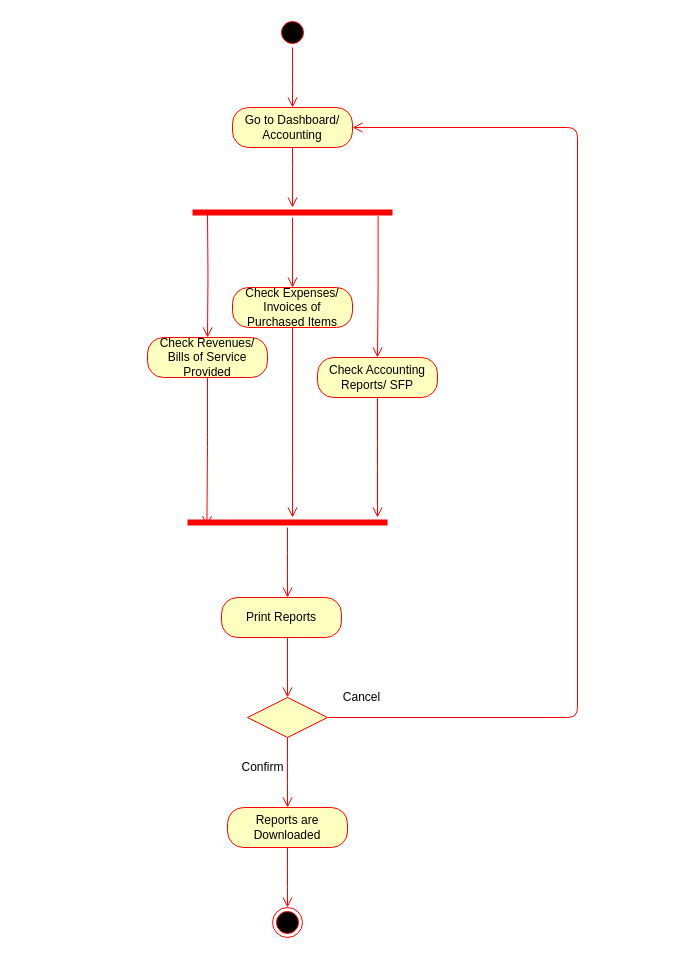
kkasharaj17/SE-project keeps this draw.io diagram as Diagrams/Activity Diagrams FINAL/AC_21-22-24-25 View Print Revenues Expenses, Accounting Reports.drawio. Above is the earlier version. Source tidied: cells renumbered, new cells numbered last; positions are measured from the earlier drawing's top-left corner, leaving out a move shared by most shapes. Both pictures are drawn from the tidied source at 100%, with x=0, y=0 at pixel (147, 17).
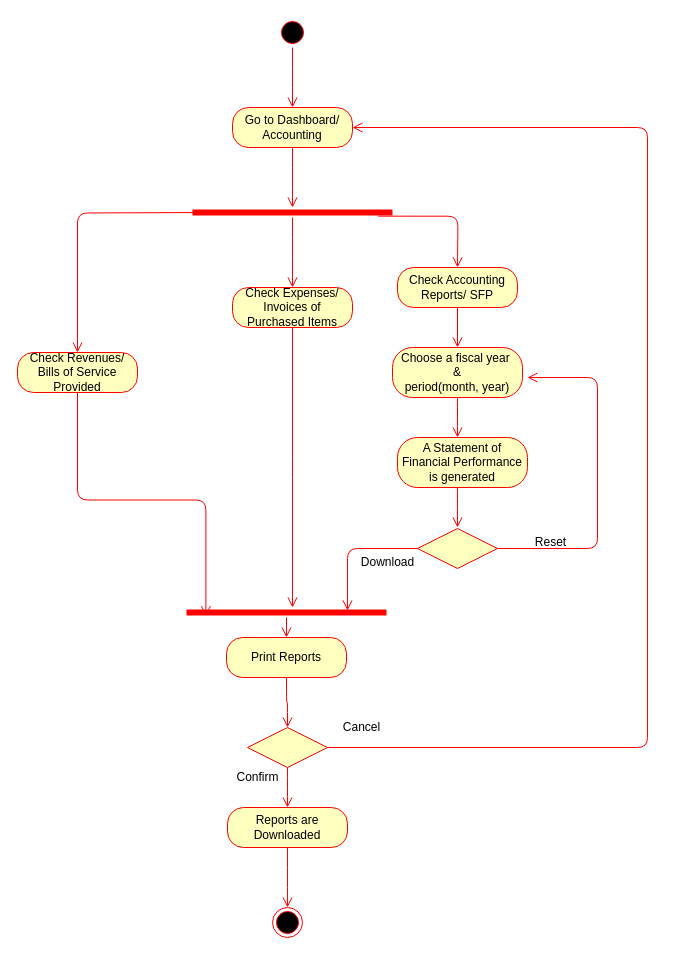
The same diagram, later.

Unchanged cells that the change refers to:
```xml
<mxCell id="4" value="Go to Dashboard/ Accounting" style="rounded=1;whiteSpace=wrap;html=1;arcSize=40;fontColor=#000000;fillColor=#ffffc0;strokeColor=#ff0000;" parent="1" vertex="1">
  <mxGeometry x="85" y="90" width="120" height="40" as="geometry" />
</mxCell>
<mxCell id="10" style="shape=line;html=1;strokeWidth=6;strokeColor=#ff0000;" parent="1" vertex="1">
  <mxGeometry x="45" y="190" width="200" height="10" as="geometry" />
</mxCell>
```

Diff of the diagram source:
```diff
@@
     <mxCell id="6" value="Check Revenues/ Bills of Service Provided" style="rounded=1;whiteSpace=wrap;html=1;arcSize=40;fontColor=#000000;fillColor=#ffffc0;strokeColor=#ff0000;" parent="1" vertex="1">
-      <mxGeometry y="320" width="120" height="40" as="geometry" />
+      <mxGeometry x="-130" y="335" width="120" height="40" as="geometry" />
     </mxCell>
-    <mxCell id="7" style="edgeStyle=orthogonalEdgeStyle;html=1;verticalAlign=bottom;endArrow=open;endSize=8;strokeColor=#ff0000;entryX=0.097;entryY=0.867;entryDx=0;entryDy=0;entryPerimeter=0;" parent="1" edge="1" source="6" target="16">
+    <mxCell id="7" style="edgeStyle=orthogonalEdgeStyle;html=1;verticalAlign=bottom;endArrow=open;endSize=8;strokeColor=#ff0000;entryX=0.097;entryY=0.867;entryDx=0;entryDy=0;entryPerimeter=0;exitX=0.5;exitY=1;exitDx=0;exitDy=0;" parent="1" edge="1" source="6" target="16">
       <mxGeometry relative="1" as="geometry" />
     </mxCell>
     <mxCell id="8" value="Check Accounting Reports/ SFP" style="rounded=1;whiteSpace=wrap;html=1;arcSize=40;fontColor=#000000;fillColor=#ffffc0;strokeColor=#ff0000;" parent="1" vertex="1">
-      <mxGeometry x="170" y="340" width="120" height="40" as="geometry" />
+      <mxGeometry x="250" y="250" width="120" height="40" as="geometry" />
     </mxCell>
-    <mxCell id="9" style="edgeStyle=orthogonalEdgeStyle;html=1;verticalAlign=bottom;endArrow=open;endSize=8;strokeColor=#ff0000;" parent="1" edge="1" source="8">
-      <mxGeometry relative="1" as="geometry">
-        <mxPoint x="230" y="500" as="targetPoint" />
-      </mxGeometry>
+    <mxCell id="9" style="edgeStyle=orthogonalEdgeStyle;html=1;verticalAlign=bottom;endArrow=open;endSize=8;strokeColor=#ff0000;entryX=0.5;entryY=0;entryDx=0;entryDy=0;" parent="1" edge="1" source="8" target="28">
+      <mxGeometry relative="1" as="geometry" />
     </mxCell>
@@
     <mxCell id="15" style="edgeStyle=orthogonalEdgeStyle;html=1;verticalAlign=bottom;endArrow=open;endSize=8;strokeColor=#ff0000;exitX=0.928;exitY=0.867;exitDx=0;exitDy=0;exitPerimeter=0;" parent="1" edge="1" source="10">
       <mxGeometry relative="1" as="geometry">
-        <mxPoint x="230" y="340" as="targetPoint" />
+        <mxPoint x="310" y="250" as="targetPoint" />
       </mxGeometry>
     </mxCell>
     <mxCell id="16" style="shape=line;html=1;strokeWidth=6;strokeColor=#ff0000;" parent="1" vertex="1">
-      <mxGeometry x="40" y="500" width="200" height="10" as="geometry" />
+      <mxGeometry x="39" y="590" width="200" height="10" as="geometry" />
     </mxCell>
-    <mxCell id="17" style="edgeStyle=orthogonalEdgeStyle;html=1;verticalAlign=bottom;endArrow=open;endSize=8;strokeColor=#ff0000;" parent="1" edge="1" source="16">
-      <mxGeometry relative="1" as="geometry">
-        <mxPoint x="140" y="580" as="targetPoint" />
-      </mxGeometry>
+    <mxCell id="17" style="edgeStyle=orthogonalEdgeStyle;html=1;verticalAlign=bottom;endArrow=open;endSize=8;strokeColor=#ff0000;entryX=0.5;entryY=0;entryDx=0;entryDy=0;" parent="1" edge="1" source="16" target="18">
+      <mxGeometry relative="1" as="geometry" />
     </mxCell>
     <mxCell id="18" value="Print Reports" style="rounded=1;whiteSpace=wrap;html=1;arcSize=40;fontColor=#000000;fillColor=#ffffc0;strokeColor=#ff0000;" parent="1" vertex="1">
-      <mxGeometry x="74" y="580" width="120" height="40" as="geometry" />
+      <mxGeometry x="79" y="620" width="120" height="40" as="geometry" />
     </mxCell>
-    <mxCell id="19" style="edgeStyle=orthogonalEdgeStyle;html=1;verticalAlign=bottom;endArrow=open;endSize=8;strokeColor=#ff0000;" parent="1" edge="1" source="18">
-      <mxGeometry relative="1" as="geometry">
-        <mxPoint x="140" y="680" as="targetPoint" />
-        <Array as="points">
-          <mxPoint x="140" y="680" />
-        </Array>
-      </mxGeometry>
+    <mxCell id="19" style="edgeStyle=orthogonalEdgeStyle;html=1;verticalAlign=bottom;endArrow=open;endSize=8;strokeColor=#ff0000;entryX=0.5;entryY=0;entryDx=0;entryDy=0;" parent="1" edge="1" source="18" target="20">
+      <mxGeometry relative="1" as="geometry" />
     </mxCell>
     <mxCell id="20" style="rhombus;whiteSpace=wrap;html=1;fillColor=#ffffc0;strokeColor=#ff0000;" parent="1" vertex="1">
-      <mxGeometry x="100" y="680" width="80" height="40" as="geometry" />
+      <mxGeometry x="100" y="710" width="80" height="40" as="geometry" />
     </mxCell>
     <mxCell id="21" style="edgeStyle=orthogonalEdgeStyle;html=1;align=left;verticalAlign=bottom;endArrow=open;endSize=8;strokeColor=#ff0000;entryX=1;entryY=0.5;entryDx=0;entryDy=0;" parent="1" edge="1" source="20" target="4">
       <mxGeometry x="-1" relative="1" as="geometry">
         <Array as="points">
-          <mxPoint x="430" y="700" />
-          <mxPoint x="430" y="110" />
+          <mxPoint x="500" y="730" />
+          <mxPoint x="500" y="110" />
         </Array>
       </mxGeometry>
     </mxCell>
@@
     <mxCell id="23" value="Confirm" style="text;html=1;align=center;verticalAlign=middle;" parent="1" vertex="1">
-      <mxGeometry x="85" y="740" width="60" height="20" as="geometry" />
+      <mxGeometry x="80" y="750" width="60" height="20" as="geometry" />
     </mxCell>
     <mxCell id="24" value="Cancel" style="text;html=1;align=center;verticalAlign=middle;" parent="1" vertex="1">
-      <mxGeometry x="189" y="670" width="50" height="20" as="geometry" />
+      <mxGeometry x="189" y="700" width="50" height="20" as="geometry" />
     </mxCell>
@@
+    <mxCell id="28" value="Choose a fiscal year&amp;nbsp;&lt;br&gt;&amp;amp;&lt;br&gt;period(month, year)" style="rounded=1;whiteSpace=wrap;html=1;arcSize=40;fontColor=#000000;fillColor=#ffffc0;strokeColor=#ff0000;" parent="1" vertex="1">
+      <mxGeometry x="245" y="330" width="130" height="50" as="geometry" />
+    </mxCell>
+    <mxCell id="29" style="edgeStyle=orthogonalEdgeStyle;html=1;verticalAlign=bottom;endArrow=open;endSize=8;strokeColor=#ff0000;" parent="1" edge="1" source="28">
+      <mxGeometry relative="1" as="geometry">
+        <mxPoint x="310" y="420" as="targetPoint" />
+      </mxGeometry>
+    </mxCell>
+    <mxCell id="30" value="A Statement of Financial Performance is generated" style="rounded=1;whiteSpace=wrap;html=1;arcSize=40;fontColor=#000000;fillColor=#ffffc0;strokeColor=#ff0000;" parent="1" vertex="1">
+      <mxGeometry x="250" y="420" width="130" height="50" as="geometry" />
+    </mxCell>
+    <mxCell id="31" style="edgeStyle=orthogonalEdgeStyle;html=1;verticalAlign=bottom;endArrow=open;endSize=8;strokeColor=#ff0000;" parent="1" edge="1" source="30">
+      <mxGeometry relative="1" as="geometry">
+        <mxPoint x="310" y="510" as="targetPoint" />
+        <Array as="points">
+          <mxPoint x="310" y="480" />
+          <mxPoint x="310" y="480" />
+        </Array>
+      </mxGeometry>
+    </mxCell>
+    <mxCell id="32" style="rhombus;whiteSpace=wrap;html=1;fillColor=#ffffc0;strokeColor=#ff0000;" parent="1" vertex="1">
+      <mxGeometry x="270" y="511" width="80" height="40" as="geometry" />
+    </mxCell>
+    <mxCell id="33" style="edgeStyle=orthogonalEdgeStyle;html=1;align=left;verticalAlign=bottom;endArrow=open;endSize=8;strokeColor=#ff0000;" parent="1" edge="1" source="32">
+      <mxGeometry x="-1" relative="1" as="geometry">
+        <mxPoint x="380" y="360" as="targetPoint" />
+        <Array as="points">
+          <mxPoint x="450" y="531" />
+        </Array>
+      </mxGeometry>
+    </mxCell>
+    <mxCell id="34" style="edgeStyle=orthogonalEdgeStyle;html=1;align=left;verticalAlign=top;endArrow=open;endSize=8;strokeColor=#ff0000;exitX=0;exitY=0.5;exitDx=0;exitDy=0;" parent="1" edge="1" source="32">
+      <mxGeometry x="-1" relative="1" as="geometry">
+        <mxPoint x="200" y="593" as="targetPoint" />
+        <Array as="points">
+          <mxPoint x="200" y="531" />
+        </Array>
+      </mxGeometry>
+    </mxCell>
+    <mxCell id="35" value="Download" style="text;html=1;align=center;verticalAlign=middle;" parent="1" vertex="1">
+      <mxGeometry x="205" y="535" width="70" height="20" as="geometry" />
+    </mxCell>
+    <mxCell id="36" value="Reset" style="text;html=1;align=center;verticalAlign=middle;" parent="1" vertex="1">
+      <mxGeometry x="378" y="515" width="50" height="20" as="geometry" />
+    </mxCell>
```
